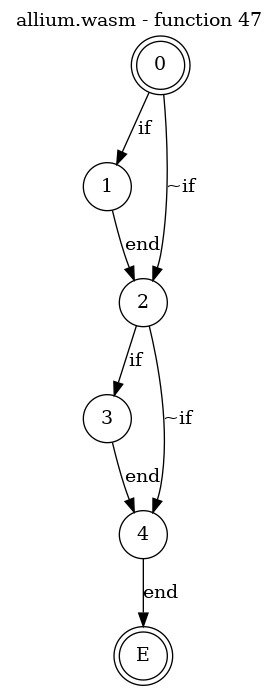
jsCarleton/wanalyze keeps this Graphviz diagram as test_cases/allium/funcs/allium-func47.png. Above is the earlier version. Its source is kept beside it as test_cases/allium/funcs/allium-func47.dot. The source it was exported from:
```dot
digraph finite_state_machine {
    label = "allium.wasm - function 47"
    labelloc =  t
    labelfontsize = 16
    labelfontcolor = black
    labelfontname = "Helvetica"
    node [shape = doublecircle]; 0 E ;
    node [shape = circle];
    0 -> 1[label="if"];
    0 -> 2[label="~if"];
    1 -> 2[label="end"];
    2 -> 3[label="if"];
    2 -> 4[label="~if"];
    3 -> 4[label="end"];
    4 -> E[label="end"];
}
```
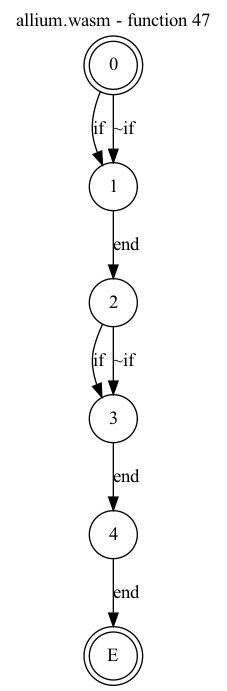
Above is the later version.

The edit, as a diff of the source:
```diff
@@ -7,10 +7,10 @@
     node [shape = doublecircle]; 0 E ;
     node [shape = circle];
     0 -> 1[label="if"];
-    0 -> 2[label="~if"];
+    0 -> 1[label="~if"];
     1 -> 2[label="end"];
     2 -> 3[label="if"];
-    2 -> 4[label="~if"];
+    2 -> 3[label="~if"];
     3 -> 4[label="end"];
     4 -> E[label="end"];
 }
```
